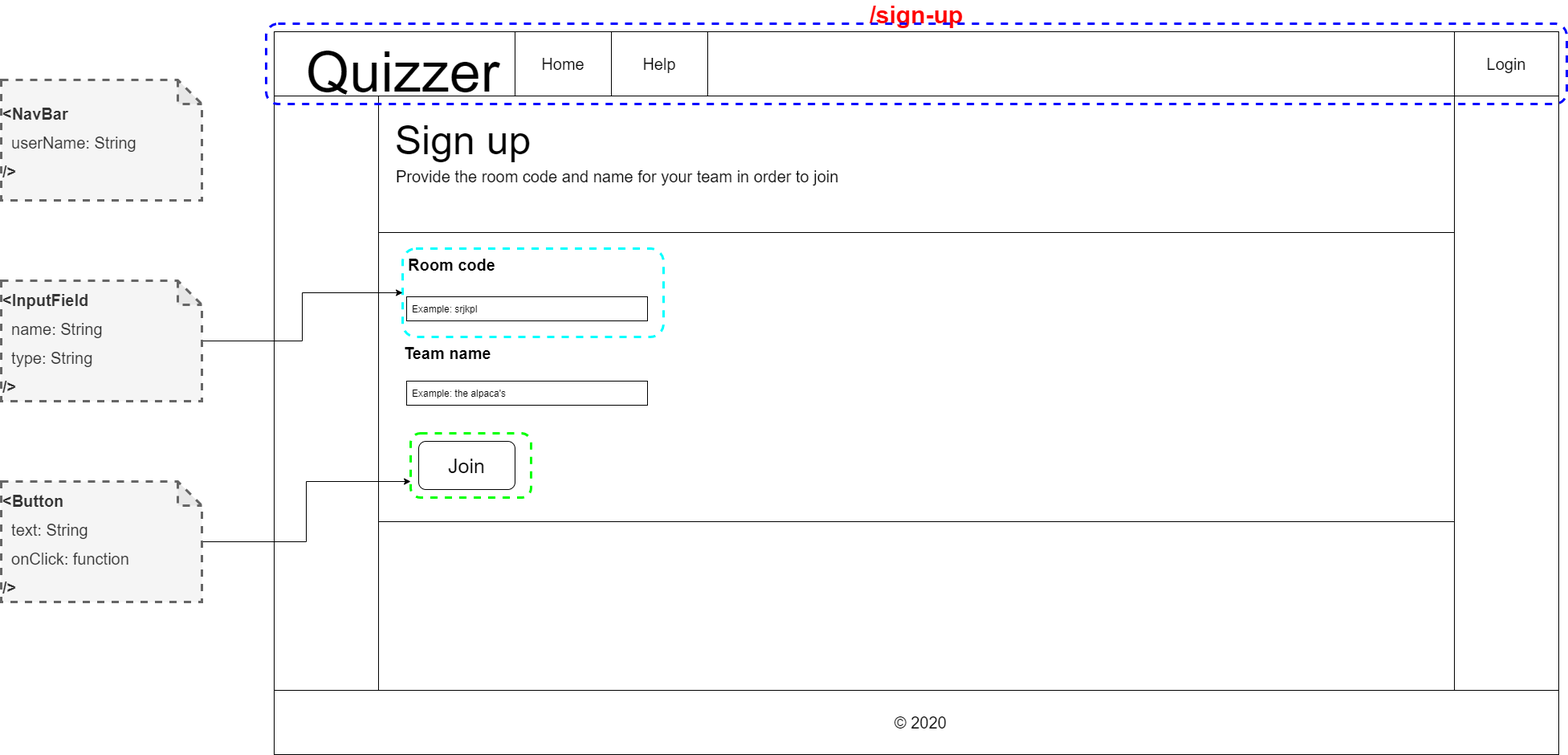
IkBenDeSjaak/Quizzer keeps this draw.io diagram as docs/wireframes-with-react-components/team-sign-up.png. Above is the earlier version. Source tidied: cells renumbered, new cells last; positions are measured from the earlier drawing's top-left corner, leaving out a move shared by most shapes.
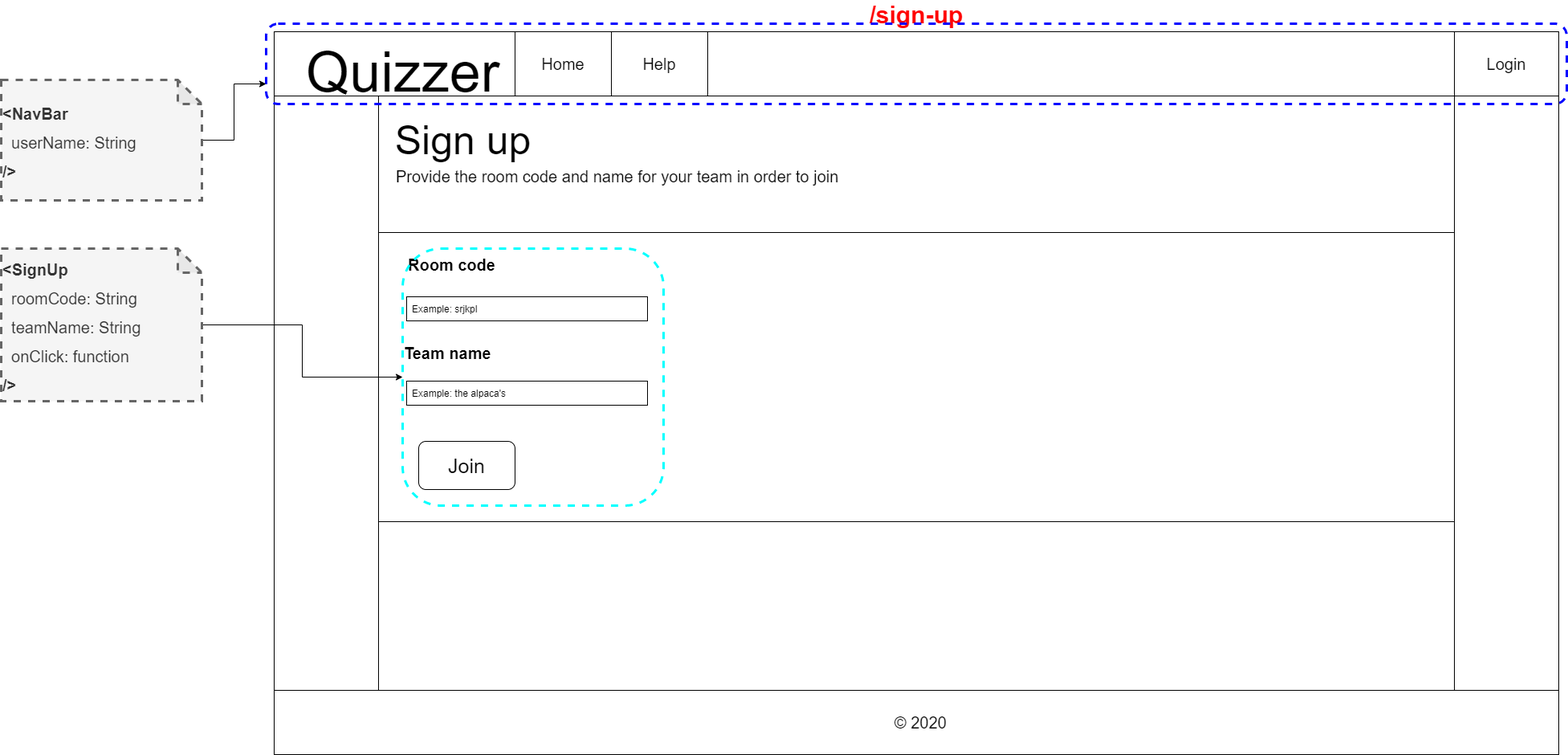
The same file after the commit.

Change to the diagram source:
```diff
@@ -45,7 +45,7 @@
       <mxGeometry x="165" y="280" width="140" height="20" as="geometry" />
     </mxCell>
     <mxCell id="16" style="group;" parent="2" vertex="1">
-      <mxGeometry x="165" y="330" width="320" height="50" as="geometry" />
+      <mxGeometry x="165" y="330" width="320" height="260" as="geometry" />
     </mxCell>
     <mxCell id="17" style="rounded=0;whiteSpace=wrap;html=1;align=left;" parent="16" vertex="1">
       <mxGeometry width="300" height="30" as="geometry" />
@@ -54,7 +54,7 @@
       <mxGeometry x="5" y="5" width="110" height="20" as="geometry" />
     </mxCell>
     <mxCell id="19" style="rounded=1;whiteSpace=wrap;html=1;dashed=1;strokeWidth=3;fillColor=none;strokeColor=#00FFFF;" parent="16" vertex="1">
-      <mxGeometry x="-5" y="-60" width="325" height="110" as="geometry" />
+      <mxGeometry x="-5" y="-60" width="325" height="320" as="geometry" />
     </mxCell>
     <mxCell id="20" value="&lt;font style=&quot;font-size: 20px&quot;&gt;Team name&lt;/font&gt;" style="text;html=1;strokeColor=none;fillColor=none;align=left;verticalAlign=middle;whiteSpace=wrap;rounded=0;fontStyle=1;" parent="2" vertex="1">
       <mxGeometry x="160" y="390" width="140" height="20" as="geometry" />
@@ -74,23 +74,17 @@
     <mxCell id="25" style="rounded=1;whiteSpace=wrap;html=1;fillColor=none;strokeColor=#0000FF;dashed=1;strokeWidth=3;" parent="2" vertex="1">
       <mxGeometry x="-10" y="-10" width="1620" height="100" as="geometry" />
     </mxCell>
-    <mxCell id="26" style="rounded=1;whiteSpace=wrap;html=1;dashed=1;strokeWidth=3;fillColor=none;strokeColor=#00FF00;" parent="2" vertex="1">
-      <mxGeometry x="170" y="500" width="150" height="80" as="geometry" />
-    </mxCell>
+    <mxCell id="32" style="edgeStyle=orthogonalEdgeStyle;rounded=0;jettySize=auto;html=1;entryX=0;entryY=0.75;entryDx=0;entryDy=0;" parent="1" edge="1" source="27" target="25">
+      <mxGeometry relative="1" as="geometry" />
+    </mxCell>
     <mxCell id="27" value="&lt;b style=&quot;font-size: 20px&quot;&gt;&amp;lt;NavBar&lt;/b&gt;&lt;br style=&quot;font-size: 20px&quot;&gt;&lt;span style=&quot;font-size: 20px&quot;&gt;&amp;nbsp; userName: String&amp;nbsp;&amp;nbsp;&lt;/span&gt;&lt;br style=&quot;font-size: 20px&quot;&gt;&lt;b style=&quot;font-size: 20px&quot;&gt;/&amp;gt;&lt;/b&gt;" style="shape=note;whiteSpace=wrap;html=1;backgroundOutline=1;darkOpacity=0.05;dashed=1;strokeColor=#666666;strokeWidth=3;fillColor=#f5f5f5;fontColor=#333333;align=left;fontSize=30;" parent="1" vertex="1">
       <mxGeometry y="70" width="250" height="150" as="geometry" />
     </mxCell>
     <mxCell id="28" style="edgeStyle=orthogonalEdgeStyle;rounded=0;jettySize=auto;html=1;entryX=0;entryY=0.5;entryDx=0;entryDy=0;fontSize=30;" parent="1" edge="1" source="29" target="19">
       <mxGeometry relative="1" as="geometry" />
     </mxCell>
-    <mxCell id="29" value="&lt;b style=&quot;font-size: 20px&quot;&gt;&amp;lt;InputField&lt;/b&gt;&lt;br style=&quot;font-size: 20px&quot;&gt;&lt;span style=&quot;font-size: 20px&quot;&gt;&amp;nbsp; name: String&lt;br&gt;&amp;nbsp; type: String&amp;nbsp;&amp;nbsp;&lt;/span&gt;&lt;br style=&quot;font-size: 20px&quot;&gt;&lt;b style=&quot;font-size: 20px&quot;&gt;/&amp;gt;&lt;/b&gt;" style="shape=note;whiteSpace=wrap;html=1;backgroundOutline=1;darkOpacity=0.05;dashed=1;strokeColor=#666666;strokeWidth=3;fillColor=#f5f5f5;fontColor=#333333;align=left;fontSize=30;" parent="1" vertex="1">
-      <mxGeometry y="320" width="250" height="150" as="geometry" />
+    <mxCell id="29" value="&lt;span style=&quot;font-size: 20px&quot;&gt;&lt;b&gt;&amp;lt;SignUp&lt;/b&gt;&lt;br&gt;&amp;nbsp; roomCode: String&lt;br&gt;&amp;nbsp; teamName: String&lt;br&gt;&lt;/span&gt;&lt;span style=&quot;font-size: 20px&quot;&gt;&amp;nbsp; onClick: function&amp;nbsp;&amp;nbsp;&lt;/span&gt;&lt;br style=&quot;font-size: 20px&quot;&gt;&lt;b style=&quot;font-size: 20px&quot;&gt;/&amp;gt;&lt;/b&gt;" style="shape=note;whiteSpace=wrap;html=1;backgroundOutline=1;darkOpacity=0.05;dashed=1;strokeColor=#666666;strokeWidth=3;fillColor=#f5f5f5;fontColor=#333333;align=left;fontSize=30;" parent="1" vertex="1">
+      <mxGeometry y="280" width="250" height="190" as="geometry" />
     </mxCell>
-    <mxCell id="30" style="edgeStyle=orthogonalEdgeStyle;rounded=0;jettySize=auto;html=1;entryX=0;entryY=0.75;entryDx=0;entryDy=0;fontSize=30;" parent="1" edge="1" source="31" target="26">
-      <mxGeometry relative="1" as="geometry" />
-    </mxCell>
-    <mxCell id="31" value="&lt;b style=&quot;font-size: 20px&quot;&gt;&amp;lt;Button&lt;/b&gt;&lt;br style=&quot;font-size: 20px&quot;&gt;&lt;span style=&quot;font-size: 20px&quot;&gt;&amp;nbsp; text: String&lt;br&gt;&amp;nbsp; onClick: function&amp;nbsp;&amp;nbsp;&lt;/span&gt;&lt;br style=&quot;font-size: 20px&quot;&gt;&lt;b style=&quot;font-size: 20px&quot;&gt;/&amp;gt;&lt;/b&gt;" style="shape=note;whiteSpace=wrap;html=1;backgroundOutline=1;darkOpacity=0.05;dashed=1;strokeColor=#666666;strokeWidth=3;fillColor=#f5f5f5;fontColor=#333333;align=left;fontSize=30;" parent="1" vertex="1">
-      <mxGeometry y="570" width="250" height="150" as="geometry" />
-    </mxCell>
   </root>
 </mxGraphModel>
```
